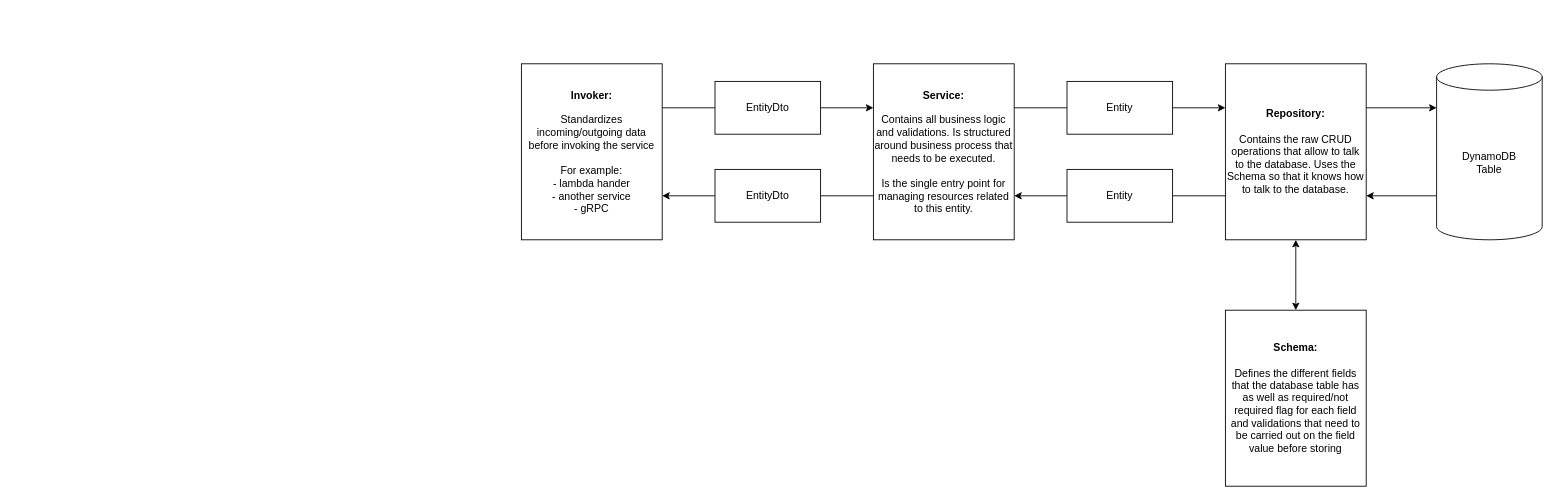
moveworkforward/dynamoose-example keeps this draw.io diagram as diagram.drawio. Above is the earlier version. Source tidied: cells renumbered, new cells numbered last; positions are measured from the earlier drawing's top-left corner, leaving out a move shared by most shapes. Both pictures are drawn from the tidied source at 88%, with x=0, y=0 at pixel (521, 63).
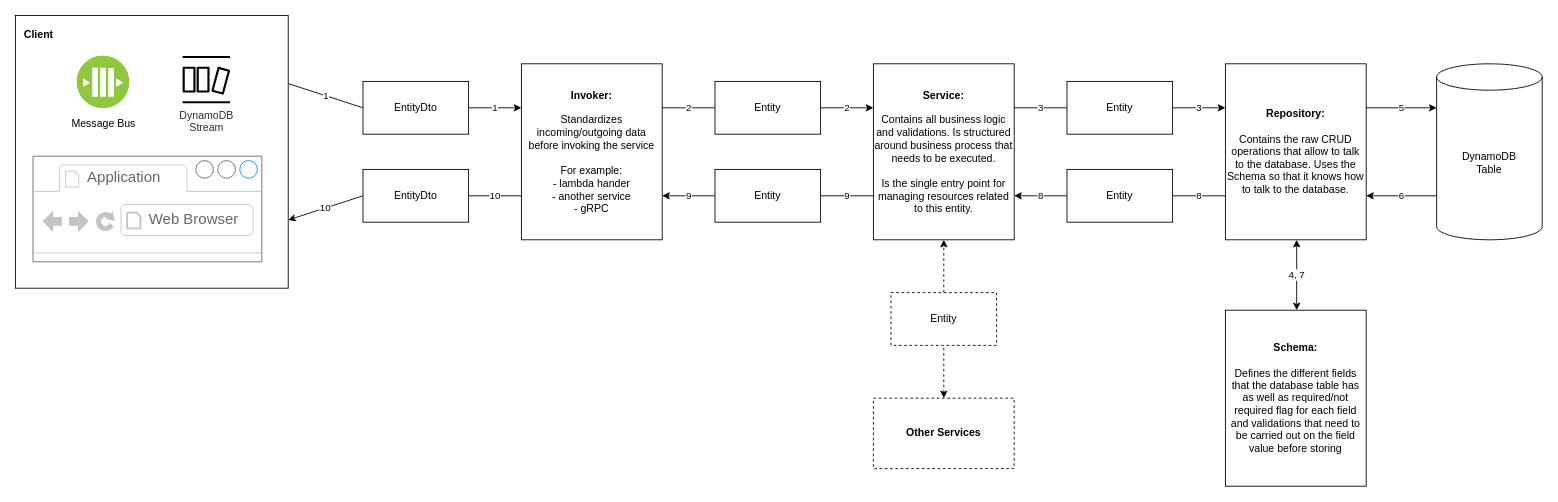
The same diagram, later.

Unchanged cells that the change refers to:
```xml
<mxCell id="2" value="&lt;b&gt;Invoker:&lt;/b&gt;&lt;br&gt;&lt;br&gt;Standardizes incoming/outgoing data before invoking the service&lt;br&gt;&lt;br&gt;For example:&lt;br&gt;- lambda hander&lt;br&gt;- another service&lt;br&gt;- gRPC" style="rounded=0;whiteSpace=wrap;html=1;" parent="1" vertex="1">
  <mxGeometry width="160" height="200" as="geometry" />
</mxCell>
<mxCell id="3" value="&lt;b&gt;Service:&lt;/b&gt;&lt;br&gt;&lt;br&gt;Contains all business logic and validations. Is structured around business process that needs to be executed.&lt;br&gt;&lt;br&gt;Is the single entry point for managing resources related to this entity." style="rounded=0;whiteSpace=wrap;html=1;" parent="1" vertex="1">
  <mxGeometry x="400" width="160" height="200" as="geometry" />
</mxCell>
<mxCell id="4" value="DynamoDB&lt;br&gt;Table" style="shape=cylinder3;whiteSpace=wrap;html=1;boundedLbl=1;backgroundOutline=1;size=15;" parent="1" vertex="1">
  <mxGeometry x="1040" width="120" height="200" as="geometry" />
</mxCell>
<mxCell id="6" value="&lt;b&gt;Schema:&lt;/b&gt;&lt;br&gt;&lt;br&gt;Defines the different fields that the database table has as well as required/not required flag for each field and validations that need to be carried out on the field value before storing" style="rounded=0;whiteSpace=wrap;html=1;" parent="1" vertex="1">
  <mxGeometry x="800" y="280" width="160" height="200" as="geometry" />
</mxCell>
<mxCell id="7" value="&lt;b&gt;Repository:&lt;/b&gt;&lt;br&gt;&lt;br&gt;Contains the raw CRUD operations that allow to talk to the database. Uses the Schema so that it knows how to talk to the database." style="rounded=0;whiteSpace=wrap;html=1;" parent="1" vertex="1">
  <mxGeometry x="800" width="160" height="200" as="geometry" />
</mxCell>
<mxCell id="15" value="Entity" style="rounded=0;whiteSpace=wrap;html=1;" parent="1" vertex="1">
  <mxGeometry x="620" y="20" width="120" height="60" as="geometry" />
</mxCell>
<mxCell id="17" value="Entity" style="rounded=0;whiteSpace=wrap;html=1;" parent="1" vertex="1">
  <mxGeometry x="620" y="120" width="120" height="60" as="geometry" />
</mxCell>
```

Change to the diagram source:
```diff
@@
-    <mxCell id="5" style="endArrow=classic;html=1;rounded=0;exitX=1;exitY=0.5;exitDx=0;exitDy=0;entryX=0;entryY=0.25;entryDx=0;entryDy=0;startArrow=none;" parent="1" edge="1" source="9" target="3">
+    <mxCell id="5" value="2" style="endArrow=classic;html=1;rounded=0;exitX=1;exitY=0.5;exitDx=0;exitDy=0;entryX=0;entryY=0.25;entryDx=0;entryDy=0;startArrow=none;" parent="1" edge="1" source="9" target="3">
       <mxGeometry relative="1" as="geometry" />
     </mxCell>
@@
-    <mxCell id="8" style="endArrow=classic;html=1;rounded=0;exitX=0.5;exitY=1;exitDx=0;exitDy=0;startArrow=classic;startFill=1;" parent="1" edge="1" source="7" target="6">
-      <mxGeometry relative="1" as="geometry" />
+    <mxCell id="8" value="4, 7" style="endArrow=classic;html=1;rounded=0;exitX=0.5;exitY=1;exitDx=0;exitDy=0;startArrow=classic;startFill=1;" parent="1" edge="1">
+      <mxGeometry relative="1" as="geometry">
+        <mxPoint x="881" y="200" as="sourcePoint" />
+        <mxPoint x="881" y="280" as="targetPoint" />
+        <Array as="points">
+          <mxPoint x="881" y="240" />
+        </Array>
+      </mxGeometry>
     </mxCell>
-    <mxCell id="9" value="EntityDto" style="rounded=0;whiteSpace=wrap;html=1;" parent="1" vertex="1">
+    <mxCell id="9" value="Entity" style="rounded=0;whiteSpace=wrap;html=1;" parent="1" vertex="1">
       <mxGeometry x="220" y="20" width="120" height="60" as="geometry" />
     </mxCell>
-    <mxCell id="10" style="endArrow=none;html=1;rounded=0;exitX=1;exitY=0.25;exitDx=0;exitDy=0;entryX=0;entryY=0.5;entryDx=0;entryDy=0;" parent="1" edge="1" source="2" target="9">
+    <mxCell id="10" value="2" style="endArrow=none;html=1;rounded=0;exitX=1;exitY=0.25;exitDx=0;exitDy=0;entryX=0;entryY=0.5;entryDx=0;entryDy=0;" parent="1" edge="1" source="2" target="9">
       <mxGeometry relative="1" as="geometry" />
     </mxCell>
-    <mxCell id="11" value="EntityDto" style="rounded=0;whiteSpace=wrap;html=1;" parent="1" vertex="1">
+    <mxCell id="11" value="Entity" style="rounded=0;whiteSpace=wrap;html=1;" parent="1" vertex="1">
       <mxGeometry x="220" y="120" width="120" height="60" as="geometry" />
     </mxCell>
-    <mxCell id="12" style="endArrow=none;html=1;rounded=0;exitX=1;exitY=0.75;exitDx=0;exitDy=0;entryX=0;entryY=0.5;entryDx=0;entryDy=0;startArrow=classic;startFill=1;" parent="1" edge="1" source="2" target="11">
+    <mxCell id="12" value="9" style="endArrow=none;html=1;rounded=0;exitX=1;exitY=0.75;exitDx=0;exitDy=0;entryX=0;entryY=0.5;entryDx=0;entryDy=0;startArrow=classic;startFill=1;" parent="1" edge="1" source="2" target="11">
       <mxGeometry relative="1" as="geometry" />
     </mxCell>
-    <mxCell id="13" style="endArrow=none;html=1;rounded=0;exitX=1;exitY=0.5;exitDx=0;exitDy=0;entryX=0;entryY=0.75;entryDx=0;entryDy=0;startArrow=none;endFill=0;" parent="1" edge="1" source="11" target="3">
+    <mxCell id="13" value="9" style="endArrow=none;html=1;rounded=0;exitX=1;exitY=0.5;exitDx=0;exitDy=0;entryX=0;entryY=0.75;entryDx=0;entryDy=0;startArrow=none;endFill=0;" parent="1" edge="1" source="11" target="3">
       <mxGeometry relative="1" as="geometry" />
     </mxCell>
-    <mxCell id="14" style="endArrow=classic;html=1;rounded=0;exitX=1;exitY=0.5;exitDx=0;exitDy=0;startArrow=none;entryX=0;entryY=0.25;entryDx=0;entryDy=0;" parent="1" edge="1" source="15" target="7">
+    <mxCell id="14" value="3" style="endArrow=classic;html=1;rounded=0;exitX=1;exitY=0.5;exitDx=0;exitDy=0;startArrow=none;entryX=0;entryY=0.25;entryDx=0;entryDy=0;" parent="1" edge="1" source="15" target="7">
       <mxGeometry relative="1" as="geometry" />
     </mxCell>
@@
-    <mxCell id="16" style="endArrow=none;html=1;rounded=0;entryX=0;entryY=0.5;entryDx=0;entryDy=0;exitX=1;exitY=0.25;exitDx=0;exitDy=0;" parent="1" edge="1" source="3" target="15">
+    <mxCell id="16" value="3" style="endArrow=none;html=1;rounded=0;entryX=0;entryY=0.5;entryDx=0;entryDy=0;exitX=1;exitY=0.25;exitDx=0;exitDy=0;" parent="1" edge="1" source="3" target="15">
       <mxGeometry relative="1" as="geometry" />
     </mxCell>
@@
-    <mxCell id="18" style="endArrow=none;html=1;rounded=0;exitX=1;exitY=0.75;exitDx=0;exitDy=0;entryX=0;entryY=0.5;entryDx=0;entryDy=0;startArrow=classic;startFill=1;" parent="1" edge="1" source="3" target="17">
+    <mxCell id="18" value="8" style="endArrow=none;html=1;rounded=0;exitX=1;exitY=0.75;exitDx=0;exitDy=0;entryX=0;entryY=0.5;entryDx=0;entryDy=0;startArrow=classic;startFill=1;" parent="1" edge="1" source="3" target="17">
       <mxGeometry relative="1" as="geometry" />
     </mxCell>
-    <mxCell id="19" style="endArrow=none;html=1;rounded=0;exitX=1;exitY=0.5;exitDx=0;exitDy=0;startArrow=none;endFill=0;entryX=0;entryY=0.75;entryDx=0;entryDy=0;" parent="1" edge="1" source="17" target="7">
+    <mxCell id="19" value="8" style="endArrow=none;html=1;rounded=0;exitX=1;exitY=0.5;exitDx=0;exitDy=0;startArrow=none;endFill=0;entryX=0;entryY=0.75;entryDx=0;entryDy=0;" parent="1" edge="1" source="17" target="7">
       <mxGeometry relative="1" as="geometry" />
     </mxCell>
-    <mxCell id="20" style="endArrow=classic;html=1;rounded=0;exitX=1;exitY=0.25;exitDx=0;exitDy=0;startArrow=none;entryX=0;entryY=0;entryDx=0;entryDy=50;entryPerimeter=0;" parent="1" edge="1" source="7" target="4">
+    <mxCell id="20" value="5" style="endArrow=classic;html=1;rounded=0;exitX=1;exitY=0.25;exitDx=0;exitDy=0;startArrow=none;entryX=0;entryY=0;entryDx=0;entryDy=50;entryPerimeter=0;" parent="1" edge="1" source="7" target="4">
       <mxGeometry relative="1" as="geometry" />
     </mxCell>
-    <mxCell id="21" style="endArrow=none;html=1;rounded=0;exitX=1;exitY=0.75;exitDx=0;exitDy=0;entryX=0;entryY=0.75;entryDx=0;entryDy=0;startArrow=classic;startFill=1;entryPerimeter=0;" parent="1" edge="1" source="7" target="4">
+    <mxCell id="21" value="6" style="endArrow=none;html=1;rounded=0;exitX=1;exitY=0.75;exitDx=0;exitDy=0;entryX=0;entryY=0.75;entryDx=0;entryDy=0;startArrow=classic;startFill=1;entryPerimeter=0;" parent="1" edge="1" source="7" target="4">
       <mxGeometry relative="1" as="geometry" />
     </mxCell>
+    <mxCell id="22" value="1" style="endArrow=none;html=1;rounded=0;entryX=0;entryY=0.5;entryDx=0;entryDy=0;startArrow=none;endFill=0;exitX=1;exitY=0.25;exitDx=0;exitDy=0;" parent="1" edge="1" source="26" target="23">
+      <mxGeometry relative="1" as="geometry" />
+    </mxCell>
+    <mxCell id="23" value="EntityDto" style="rounded=0;whiteSpace=wrap;html=1;" parent="1" vertex="1">
+      <mxGeometry x="-180" y="20" width="120" height="60" as="geometry" />
+    </mxCell>
+    <mxCell id="24" value="1" style="endArrow=classic;html=1;rounded=0;exitX=1;exitY=0.5;exitDx=0;exitDy=0;entryX=0;entryY=0.25;entryDx=0;entryDy=0;startArrow=none;" parent="1" edge="1" source="23" target="2">
+      <mxGeometry relative="1" as="geometry" />
+    </mxCell>
+    <mxCell id="25" style="group;" parent="1" vertex="1">
+      <mxGeometry x="-575" y="-55" width="310" height="310" as="geometry" />
+    </mxCell>
+    <mxCell id="26" value="&lt;b&gt;Client&lt;/b&gt;" style="rounded=0;whiteSpace=wrap;html=1;fontColor=#000000;fillColor=default;align=left;verticalAlign=top;spacing=10;" parent="25" vertex="1">
+      <mxGeometry width="310" height="310" as="geometry" />
+    </mxCell>
+    <mxCell id="27" value="Message Bus" style="perimeter=ellipsePerimeter;html=1;align=center;shadow=0;dashed=0;fontColor=#000000;labelBackgroundColor=#ffffff;fontSize=12;spacingTop=3;image;image=img/lib/ibm/blockchain/message_bus.svg;" parent="25" vertex="1">
+      <mxGeometry x="70" y="46" width="60" height="60" as="geometry" />
+    </mxCell>
+    <mxCell id="28" value="DynamoDB&lt;br&gt;Stream" style="sketch=0;fontColor=#232F3E;gradientColor=none;fillColor=#000000;strokeColor=none;dashed=0;verticalLabelPosition=bottom;verticalAlign=top;align=center;html=1;fontSize=12;fontStyle=0;shape=mxgraph.aws4.dynamodb_stream;" parent="25" vertex="1">
+      <mxGeometry x="190" y="46" width="54" height="54" as="geometry" />
+    </mxCell>
+    <mxCell id="29" style="strokeWidth=1;shadow=0;dashed=0;align=center;html=1;shape=mxgraph.mockup.containers.browserWindow;rSize=0;strokeColor=#666666;strokeColor2=#008cff;strokeColor3=#c4c4c4;mainText=,;" parent="25" vertex="1">
+      <mxGeometry x="20" y="160" width="260" height="120" as="geometry" />
+    </mxCell>
+    <mxCell id="30" value="Application" style="strokeWidth=1;shadow=0;dashed=0;align=center;html=1;shape=mxgraph.mockup.containers.anchor;fontSize=17;fontColor=#666666;align=left;" parent="29" vertex="1">
+      <mxGeometry x="60" y="12" width="110" height="26" as="geometry" />
+    </mxCell>
+    <mxCell id="31" value="Web Browser" style="strokeWidth=1;shadow=0;dashed=0;align=center;html=1;shape=mxgraph.mockup.containers.anchor;rSize=0;fontSize=17;fontColor=#666666;align=left;" parent="29" vertex="1">
+      <mxGeometry x="130" y="60" width="250" height="26" as="geometry" />
+    </mxCell>
+    <mxCell id="32" value="10" style="endArrow=classic;html=1;rounded=0;exitX=0;exitY=0.5;exitDx=0;exitDy=0;entryX=1;entryY=0.75;entryDx=0;entryDy=0;startArrow=none;" parent="1" edge="1" source="33" target="26">
+      <mxGeometry relative="1" as="geometry" />
+    </mxCell>
+    <mxCell id="33" value="EntityDto" style="rounded=0;whiteSpace=wrap;html=1;" parent="1" vertex="1">
+      <mxGeometry x="-180" y="120" width="120" height="60" as="geometry" />
+    </mxCell>
+    <mxCell id="34" value="10" style="endArrow=none;html=1;rounded=0;entryX=0;entryY=0.75;entryDx=0;entryDy=0;startArrow=none;endFill=0;exitX=1;exitY=0.5;exitDx=0;exitDy=0;" parent="1" edge="1" source="33" target="2">
+      <mxGeometry relative="1" as="geometry" />
+    </mxCell>
+    <mxCell id="35" value="&lt;b&gt;Other Services&lt;/b&gt;" style="rounded=0;whiteSpace=wrap;html=1;dashed=1;" parent="1" vertex="1">
+      <mxGeometry x="400" y="380" width="160" height="80" as="geometry" />
+    </mxCell>
+    <mxCell id="36" style="endArrow=classic;html=1;rounded=0;fontColor=#000000;entryX=0.5;entryY=1;entryDx=0;entryDy=0;startArrow=none;startFill=0;exitX=0.5;exitY=0;exitDx=0;exitDy=0;dashed=1;" parent="1" edge="1" source="37" target="3">
+      <mxGeometry relative="1" as="geometry" />
+    </mxCell>
+    <mxCell id="37" value="Entity" style="rounded=0;whiteSpace=wrap;html=1;dashed=1;" parent="1" vertex="1">
+      <mxGeometry x="420" y="260" width="120" height="60" as="geometry" />
+    </mxCell>
+    <mxCell id="38" style="endArrow=none;html=1;rounded=0;fontColor=#000000;entryX=0.5;entryY=1;entryDx=0;entryDy=0;startArrow=classic;startFill=1;exitX=0.5;exitY=0;exitDx=0;exitDy=0;endFill=0;dashed=1;" parent="1" edge="1" source="35" target="37">
+      <mxGeometry relative="1" as="geometry" />
+    </mxCell>
```
